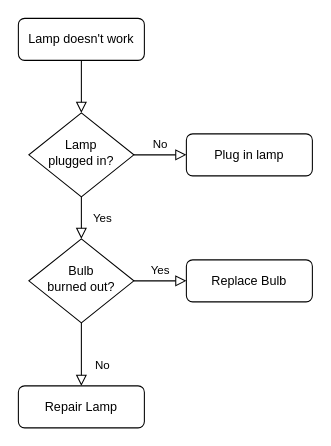
Earlier version of the draw.io diagram Untitled Diagram.drawio (GoswamiAbhinav/GoswamiAbhinav). Source tidied: cells renumbered, new cells numbered last; positions are measured from the earlier drawing's top-left corner, leaving out a move shared by most shapes. Both pictures are drawn from the tidied source at 105%, with x=0, y=0 at pixel (18, 18).
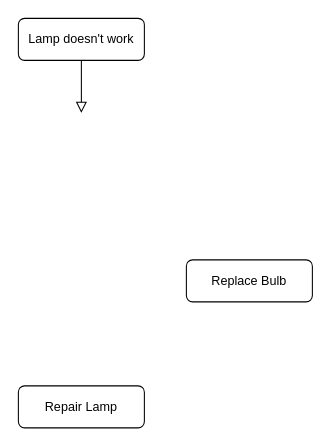
Above is the later version.

What changed in the source:
```diff
@@
 <mxGraphModel>
   <root>
     <mxCell id="0" />
     <mxCell id="1" parent="0" />
-    <mxCell id="2" style="rounded=0;html=1;jettySize=auto;fontSize=11;endArrow=block;endFill=0;endSize=8;strokeWidth=1;shadow=0;labelBackgroundColor=none;edgeStyle=orthogonalEdgeStyle;" parent="1" edge="1" source="3" target="6">
-      <mxGeometry relative="1" as="geometry" />
+    <mxCell id="2" style="rounded=0;html=1;jettySize=auto;fontSize=11;endArrow=block;endFill=0;endSize=8;strokeWidth=1;shadow=0;labelBackgroundColor=none;edgeStyle=orthogonalEdgeStyle;" parent="1" edge="1" source="3">
+      <mxGeometry relative="1" as="geometry">
+        <mxPoint x="60" y="90" as="targetPoint" />
+      </mxGeometry>
     </mxCell>
     <mxCell id="3" value="Lamp doesn't work" style="rounded=1;whiteSpace=wrap;html=1;fontSize=12;glass=0;strokeWidth=1;shadow=0;" parent="1" vertex="1">
       <mxGeometry width="120" height="40" as="geometry" />
     </mxCell>
-    <mxCell id="4" value="Yes" style="rounded=0;html=1;jettySize=auto;fontSize=11;endArrow=block;endFill=0;endSize=8;strokeWidth=1;shadow=0;labelBackgroundColor=none;edgeStyle=orthogonalEdgeStyle;" parent="1" edge="1" source="6" target="10">
-      <mxGeometry y="20" relative="1" as="geometry" />
-    </mxCell>
-    <mxCell id="5" value="No" style="edgeStyle=orthogonalEdgeStyle;rounded=0;html=1;jettySize=auto;fontSize=11;endArrow=block;endFill=0;endSize=8;strokeWidth=1;shadow=0;labelBackgroundColor=none;" parent="1" edge="1" source="6" target="7">
-      <mxGeometry y="10" relative="1" as="geometry" />
-    </mxCell>
-    <mxCell id="6" value="Lamp&lt;br&gt;plugged in?" style="rhombus;whiteSpace=wrap;html=1;shadow=0;fontFamily=Helvetica;fontSize=12;align=center;strokeWidth=1;spacing=6;spacingTop=-4;" parent="1" vertex="1">
-      <mxGeometry x="10" y="90" width="100" height="80" as="geometry" />
-    </mxCell>
-    <mxCell id="7" value="Plug in lamp" style="rounded=1;whiteSpace=wrap;html=1;fontSize=12;glass=0;strokeWidth=1;shadow=0;" parent="1" vertex="1">
-      <mxGeometry x="160" y="110" width="120" height="40" as="geometry" />
-    </mxCell>
-    <mxCell id="8" value="No" style="rounded=0;html=1;jettySize=auto;fontSize=11;endArrow=block;endFill=0;endSize=8;strokeWidth=1;shadow=0;labelBackgroundColor=none;edgeStyle=orthogonalEdgeStyle;" parent="1" edge="1" source="10" target="11">
-      <mxGeometry x="0.33" y="20" relative="1" as="geometry" />
-    </mxCell>
-    <mxCell id="9" value="Yes" style="edgeStyle=orthogonalEdgeStyle;rounded=0;html=1;jettySize=auto;fontSize=11;endArrow=block;endFill=0;endSize=8;strokeWidth=1;shadow=0;labelBackgroundColor=none;" parent="1" edge="1" source="10" target="12">
-      <mxGeometry y="10" relative="1" as="geometry" />
-    </mxCell>
-    <mxCell id="10" value="Bulb&lt;br&gt;burned out?" style="rhombus;whiteSpace=wrap;html=1;shadow=0;fontFamily=Helvetica;fontSize=12;align=center;strokeWidth=1;spacing=6;spacingTop=-4;" parent="1" vertex="1">
-      <mxGeometry x="10" y="210" width="100" height="80" as="geometry" />
-    </mxCell>
     <mxCell id="11" value="Repair Lamp" style="rounded=1;whiteSpace=wrap;html=1;fontSize=12;glass=0;strokeWidth=1;shadow=0;" parent="1" vertex="1">
       <mxGeometry y="350" width="120" height="40" as="geometry" />
     </mxCell>
     <mxCell id="12" value="Replace Bulb" style="rounded=1;whiteSpace=wrap;html=1;fontSize=12;glass=0;strokeWidth=1;shadow=0;" parent="1" vertex="1">
       <mxGeometry x="160" y="230" width="120" height="40" as="geometry" />
     </mxCell>
   </root>
 </mxGraphModel>
```
